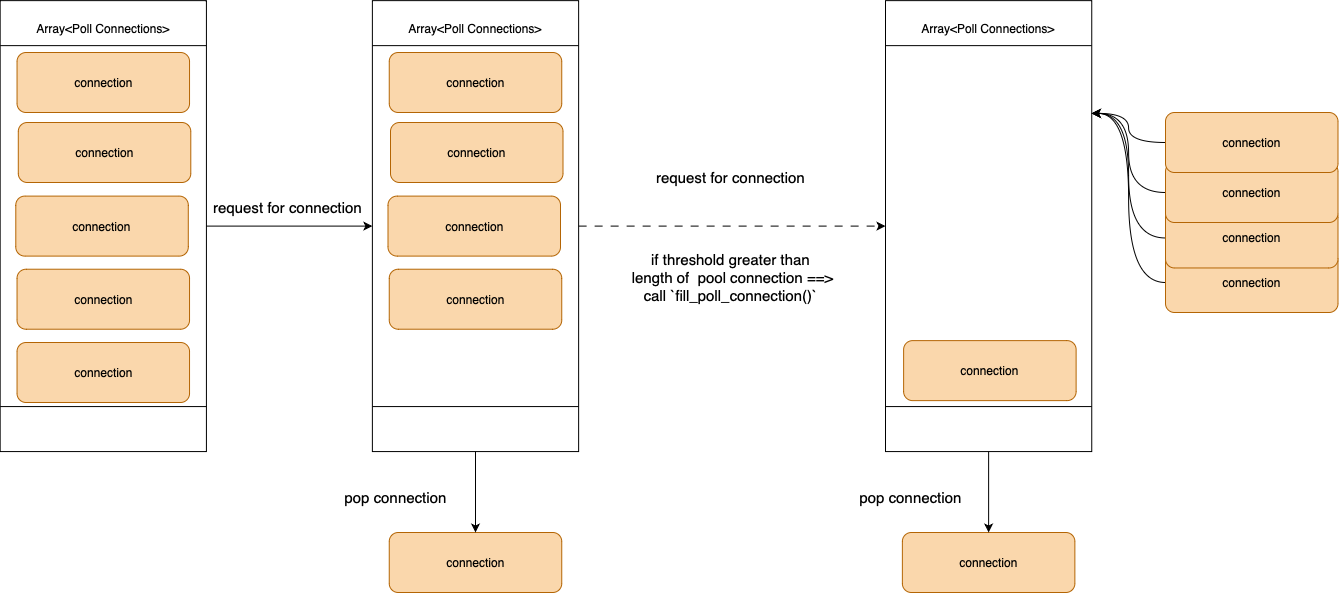
Before: images/pool_connection.png, a diagram exported from draw.io (johnPractice/Pool_Connections). Source tidied: cells renumbered, new cells last; positions are measured from the earlier drawing's top-left corner, leaving out a move shared by most shapes.
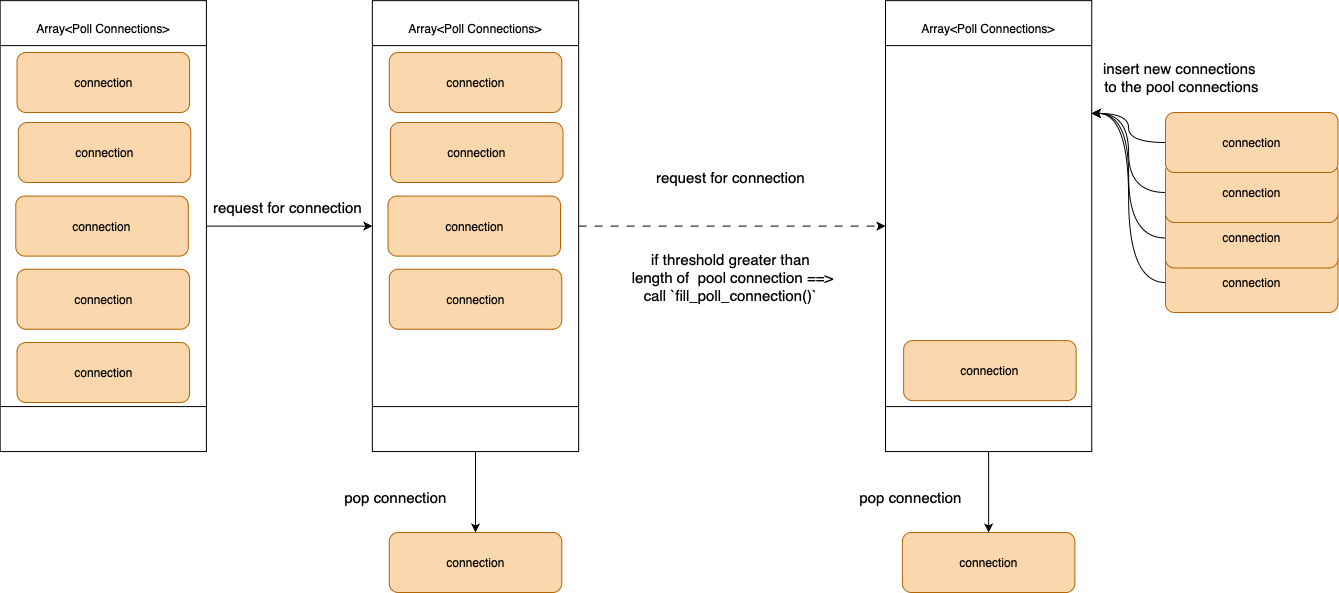
Above is the later version.

Commit message:
fix : insert correct image for readme

The edit, as a diff of the source:
```diff
@@ -125,5 +125,8 @@
     <mxCell id="42" value="connection" style="rounded=1;whiteSpace=wrap;html=1;fillColor=#fad7ac;strokeColor=#b46504;" parent="1" vertex="1">
       <mxGeometry x="1288" y="112" width="172.5" height="60" as="geometry" />
     </mxCell>
+    <mxCell id="43" value="&lt;font style=&quot;font-size: 15px;&quot;&gt;insert new connections&amp;nbsp;&lt;br&gt;to the pool connections&lt;br&gt;&lt;/font&gt;" style="text;html=1;align=center;verticalAlign=middle;strokeColor=none;fillColor=none;" parent="1" vertex="1">
+      <mxGeometry x="1214.2" y="52" width="180" height="50" as="geometry" />
+    </mxCell>
   </root>
 </mxGraphModel>
```
